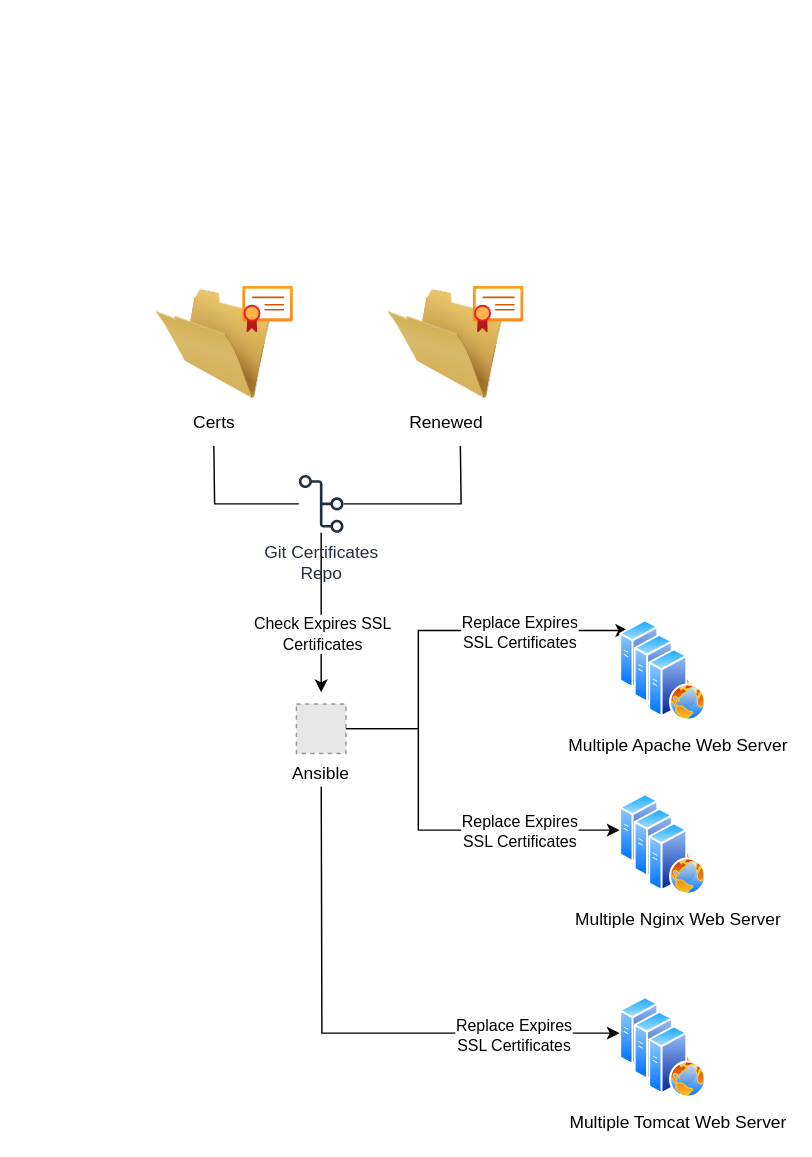
The draw.io diagram ansible_certs.drawio in omarinux/renewcerts, before the edit. Source tidied: cells renumbered, new cells numbered last; positions are measured from the earlier drawing's top-left corner, leaving out a move shared by most shapes. Both pictures are drawn from the tidied source at 145%, with x=0, y=0 at pixel (155, 286). Pictures stored in the file or linked from it are replaced by grey dashed boxes.
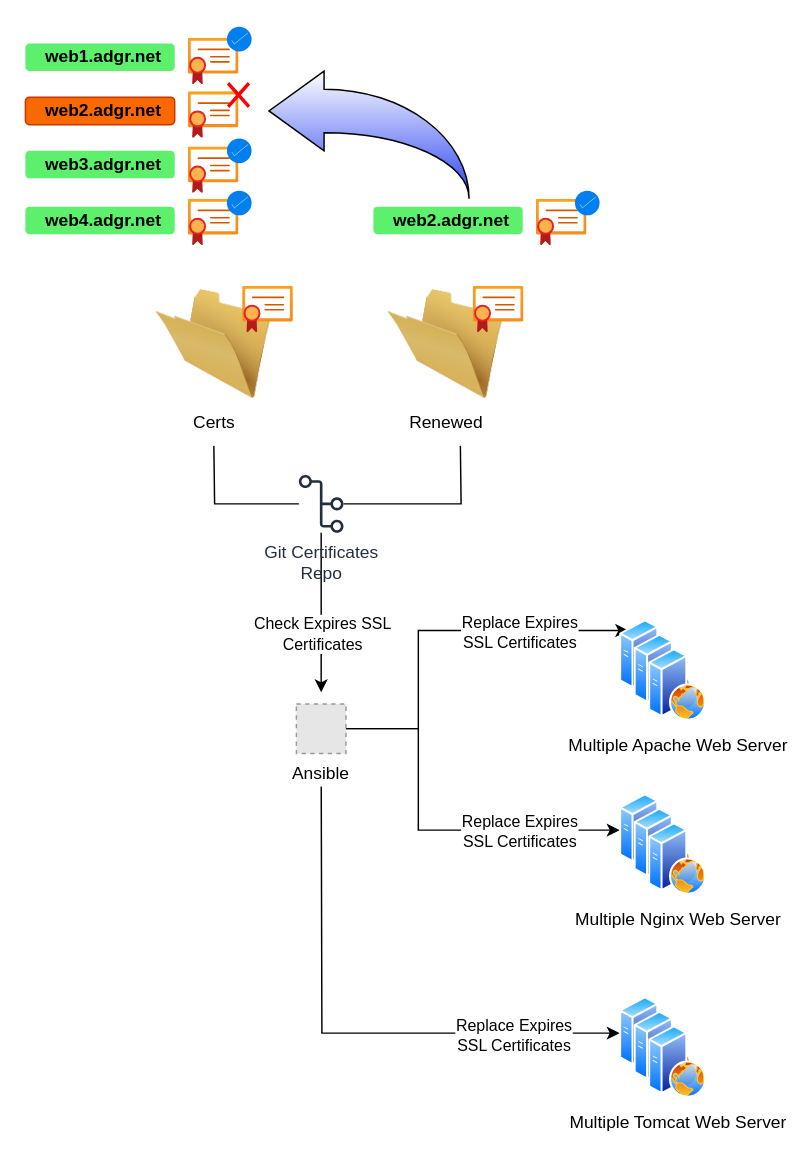
Above is the later version.

What changed in the source:
```diff
@@
+    <mxCell id="27" style="rounded=1;whiteSpace=wrap;html=1;fillColor=#fa6800;strokeColor=#C73500;fontColor=#000000;" parent="1" vertex="1">
+      <mxGeometry x="-90" y="-130.5" width="103" height="19" as="geometry" />
+    </mxCell>
+    <mxCell id="28" style="rounded=1;whiteSpace=wrap;html=1;fillColor=#5cf06d;strokeColor=none;" parent="1" vertex="1">
+      <mxGeometry x="-90" y="-55" width="103" height="19" as="geometry" />
+    </mxCell>
+    <mxCell id="29" style="rounded=1;whiteSpace=wrap;html=1;fillColor=#5cf06d;strokeColor=none;" parent="1" vertex="1">
+      <mxGeometry x="-90" y="-93.5" width="103" height="19" as="geometry" />
+    </mxCell>
+    <mxCell id="30" style="rounded=1;whiteSpace=wrap;html=1;fillColor=#5cf06d;strokeColor=none;" parent="1" vertex="1">
+      <mxGeometry x="-90" y="-167.5" width="103" height="19" as="geometry" />
+    </mxCell>
@@
+    <mxCell id="31" style="image;html=1;align=center;fontSize=12;image=img/lib/azure2/app_services/App_Service_Certificates.svg;" parent="1" vertex="1">
+      <mxGeometry x="22.5" y="-60" width="35" height="32" as="geometry" />
+    </mxCell>
+    <mxCell id="32" style="image;html=1;align=center;fontSize=12;image=img/lib/azure2/app_services/App_Service_Certificates.svg;" parent="1" vertex="1">
+      <mxGeometry x="22.5" y="-96" width="35" height="32" as="geometry" />
+    </mxCell>
+    <mxCell id="33" style="image;html=1;align=center;fontSize=12;image=img/lib/azure2/app_services/App_Service_Certificates.svg;" parent="1" vertex="1">
+      <mxGeometry x="22.5" y="-134" width="35" height="32" as="geometry" />
+    </mxCell>
+    <mxCell id="34" style="image;html=1;align=center;fontSize=12;image=img/lib/azure2/app_services/App_Service_Certificates.svg;" parent="1" vertex="1">
+      <mxGeometry x="22.5" y="-171" width="35" height="32" as="geometry" />
+    </mxCell>
+    <mxCell id="35" style="html=1;verticalLabelPosition=bottom;labelBackgroundColor=#ffffff;verticalAlign=top;shadow=0;dashed=0;strokeWidth=2;shape=mxgraph.ios7.misc.select;fillColor=#0080f0;strokeColor=#ffffff;sketch=0;" parent="1" vertex="1">
+      <mxGeometry x="49" y="-66" width="17" height="17" as="geometry" />
+    </mxCell>
+    <mxCell id="36" style="html=1;verticalLabelPosition=bottom;labelBackgroundColor=#ffffff;verticalAlign=top;shadow=0;dashed=0;strokeWidth=2;shape=mxgraph.ios7.misc.select;fillColor=#0080f0;strokeColor=#ffffff;sketch=0;" parent="1" vertex="1">
+      <mxGeometry x="49" y="-102" width="17" height="17" as="geometry" />
+    </mxCell>
+    <mxCell id="37" style="html=1;verticalLabelPosition=bottom;labelBackgroundColor=#ffffff;verticalAlign=top;shadow=0;dashed=0;strokeWidth=2;shape=mxgraph.ios7.misc.select;fillColor=#0080f0;strokeColor=#ffffff;sketch=0;" parent="1" vertex="1">
+      <mxGeometry x="49" y="-179" width="17" height="17" as="geometry" />
+    </mxCell>
+    <mxCell id="38" style="shape=mxgraph.mockup.markup.redX;fillColor=#ff0000;html=1;shadow=0;whiteSpace=wrap;strokeColor=none;" parent="1" vertex="1">
+      <mxGeometry x="49" y="-141" width="16" height="18" as="geometry" />
+    </mxCell>
+    <mxCell id="39" value="web1.adgr.net" style="text;strokeColor=none;align=center;fillColor=none;html=1;verticalAlign=middle;whiteSpace=wrap;rounded=0;fontStyle=1;" parent="1" vertex="1">
+      <mxGeometry x="-66" y="-173" width="60" height="30" as="geometry" />
+    </mxCell>
+    <mxCell id="40" value="web2.adgr.net" style="text;strokeColor=none;align=center;fillColor=none;html=1;verticalAlign=middle;whiteSpace=wrap;rounded=0;fontStyle=1;" parent="1" vertex="1">
+      <mxGeometry x="-66" y="-136" width="60" height="30" as="geometry" />
+    </mxCell>
+    <mxCell id="41" value="web3.adgr.net" style="text;strokeColor=none;align=center;fillColor=none;html=1;verticalAlign=middle;whiteSpace=wrap;rounded=0;fontStyle=1;" parent="1" vertex="1">
+      <mxGeometry x="-66" y="-99" width="60" height="30" as="geometry" />
+    </mxCell>
+    <mxCell id="42" value="web4.adgr.net" style="text;strokeColor=none;align=center;fillColor=none;html=1;verticalAlign=middle;whiteSpace=wrap;rounded=0;fontStyle=1;" parent="1" vertex="1">
+      <mxGeometry x="-66" y="-60" width="60" height="30" as="geometry" />
+    </mxCell>
+    <mxCell id="43" style="rounded=1;whiteSpace=wrap;html=1;fillColor=#5cf06d;strokeColor=none;" parent="1" vertex="1">
+      <mxGeometry x="150" y="-55" width="103" height="19" as="geometry" />
+    </mxCell>
+    <mxCell id="44" style="image;html=1;align=center;fontSize=12;image=img/lib/azure2/app_services/App_Service_Certificates.svg;" parent="1" vertex="1">
+      <mxGeometry x="262.5" y="-60" width="35" height="32" as="geometry" />
+    </mxCell>
+    <mxCell id="45" style="html=1;verticalLabelPosition=bottom;labelBackgroundColor=#ffffff;verticalAlign=top;shadow=0;dashed=0;strokeWidth=2;shape=mxgraph.ios7.misc.select;fillColor=#0080f0;strokeColor=#ffffff;sketch=0;" parent="1" vertex="1">
+      <mxGeometry x="289" y="-66" width="17" height="17" as="geometry" />
+    </mxCell>
+    <mxCell id="46" value="web2.adgr.net" style="text;strokeColor=none;align=center;fillColor=none;html=1;verticalAlign=middle;whiteSpace=wrap;rounded=0;fontStyle=1;" parent="1" vertex="1">
+      <mxGeometry x="174" y="-60" width="60" height="30" as="geometry" />
+    </mxCell>
+    <mxCell id="47" style="html=1;shadow=0;dashed=0;align=center;verticalAlign=middle;shape=mxgraph.arrows2.jumpInArrow;dy=15;dx=38;arrowHead=55;direction=west;flipV=1;gradientColor=#2840f0;" parent="1" vertex="1">
+      <mxGeometry x="78" y="-148.5" width="138" height="88" as="geometry" />
+    </mxCell>
```
